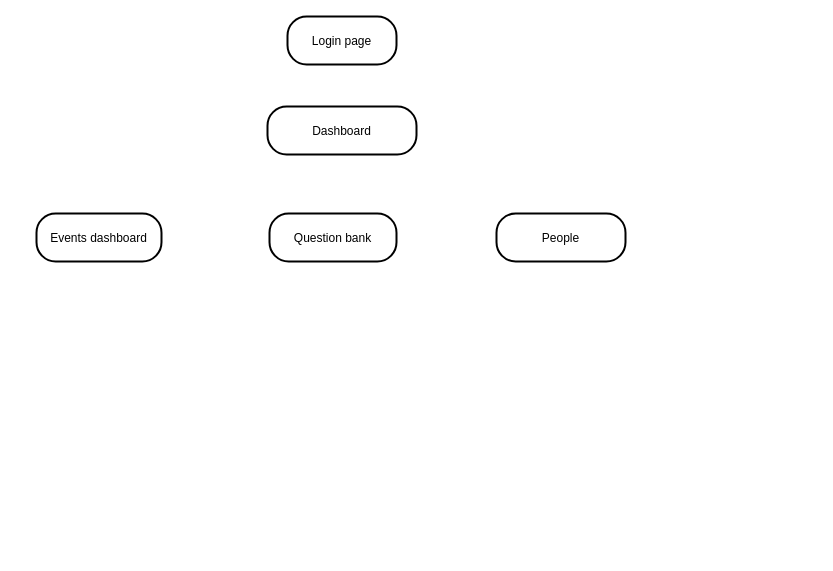
Above: documentation/web-pages-relationships.drawio in laurapg1214/impact-web-interface (draw.io), before the change. Source tidied: cells renumbered, new cells numbered last; positions are measured from the earlier drawing's top-left corner, leaving out a move shared by most shapes. Both pictures are drawn from the tidied source at 100%, with x=0, y=0 at pixel (36, 16).
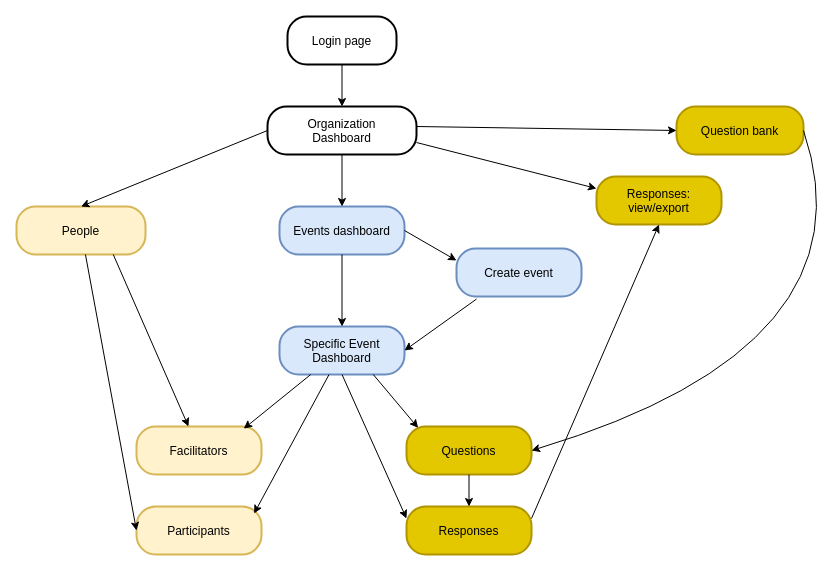
Above is the later version.

Commit message:
relationships drawn

Unchanged cells that the change refers to:
```xml
<mxCell id="2" value="Login page" style="rounded=1;arcSize=40;strokeWidth=2;" parent="1" vertex="1">
  <mxGeometry x="251" width="109" height="48" as="geometry" />
</mxCell>
```

What changed in the source:
```diff
@@
-    <mxCell id="3" value="Dashboard" style="rounded=1;arcSize=40;strokeWidth=2;" parent="1" vertex="1">
+    <mxCell id="3" value="Organization&#10;Dashboard" style="rounded=1;arcSize=40;strokeWidth=2;" parent="1" vertex="1">
       <mxGeometry x="231" y="90" width="149" height="48" as="geometry" />
     </mxCell>
-    <mxCell id="4" value="Events dashboard" style="rounded=1;arcSize=40;strokeWidth=2;" parent="1" vertex="1">
-      <mxGeometry y="197" width="125" height="48" as="geometry" />
+    <mxCell id="4" value="Events dashboard" style="rounded=1;arcSize=40;strokeWidth=2;fillColor=#dae8fc;strokeColor=#6c8ebf;" parent="1" vertex="1">
+      <mxGeometry x="243" y="190" width="125" height="48" as="geometry" />
     </mxCell>
-    <mxCell id="5" value="Question bank" style="rounded=1;arcSize=40;strokeWidth=2;" parent="1" vertex="1">
-      <mxGeometry x="233" y="197" width="127" height="48" as="geometry" />
+    <mxCell id="5" value="Question bank" style="rounded=1;arcSize=40;strokeWidth=2;fillColor=#e3c800;strokeColor=#B09500;fontColor=#000000;" parent="1" vertex="1">
+      <mxGeometry x="640" y="90" width="127" height="48" as="geometry" />
     </mxCell>
-    <mxCell id="6" value="People" style="rounded=1;arcSize=40;strokeWidth=2;" parent="1" vertex="1">
-      <mxGeometry x="460" y="197" width="129" height="48" as="geometry" />
+    <mxCell id="6" value="People" style="rounded=1;arcSize=40;strokeWidth=2;fillColor=#fff2cc;strokeColor=#d6b656;" parent="1" vertex="1">
+      <mxGeometry x="-20" y="190" width="129" height="48" as="geometry" />
     </mxCell>
+    <mxCell id="7" value="Specific Event&#10;Dashboard" style="rounded=1;arcSize=40;strokeWidth=2;fillColor=#dae8fc;strokeColor=#6c8ebf;" parent="1" vertex="1">
+      <mxGeometry x="243" y="310" width="125" height="48" as="geometry" />
+    </mxCell>
+    <mxCell id="8" value="Responses:&#10;view/export" style="rounded=1;arcSize=40;strokeWidth=2;fillColor=#e3c800;strokeColor=#B09500;fontColor=#000000;" parent="1" vertex="1">
+      <mxGeometry x="560" y="160" width="125" height="48" as="geometry" />
+    </mxCell>
+    <mxCell id="9" value="Create event" style="rounded=1;arcSize=40;strokeWidth=2;fillColor=#dae8fc;strokeColor=#6c8ebf;" parent="1" vertex="1">
+      <mxGeometry x="420" y="232" width="125" height="48" as="geometry" />
+    </mxCell>
+    <mxCell id="10" value="Facilitators" style="rounded=1;arcSize=40;strokeWidth=2;fillColor=#fff2cc;strokeColor=#d6b656;" parent="1" vertex="1">
+      <mxGeometry x="100" y="410" width="125" height="48" as="geometry" />
+    </mxCell>
+    <mxCell id="11" value="Participants" style="rounded=1;arcSize=40;strokeWidth=2;fillColor=#fff2cc;strokeColor=#d6b656;" parent="1" vertex="1">
+      <mxGeometry x="100" y="490" width="125" height="48" as="geometry" />
+    </mxCell>
+    <mxCell id="12" value="Questions" style="rounded=1;arcSize=40;strokeWidth=2;fillColor=#e3c800;strokeColor=#B09500;fontColor=#000000;" parent="1" vertex="1">
+      <mxGeometry x="370" y="410" width="125" height="48" as="geometry" />
+    </mxCell>
+    <mxCell id="13" value="Responses" style="rounded=1;arcSize=40;strokeWidth=2;fillColor=#e3c800;strokeColor=#B09500;fontColor=#000000;" parent="1" vertex="1">
+      <mxGeometry x="370" y="490" width="125" height="48" as="geometry" />
+    </mxCell>
+    <mxCell id="14" style="endArrow=classic;html=1;rounded=0;exitX=0.5;exitY=1;exitDx=0;exitDy=0;entryX=0.5;entryY=0;entryDx=0;entryDy=0;" parent="1" edge="1" source="2" target="3">
+      <mxGeometry relative="1" as="geometry" />
+    </mxCell>
+    <mxCell id="15" style="endArrow=classic;html=1;rounded=0;entryX=0;entryY=0.5;entryDx=0;entryDy=0;" parent="1" edge="1" target="5">
+      <mxGeometry relative="1" as="geometry">
+        <mxPoint x="380" y="110" as="sourcePoint" />
+      </mxGeometry>
+    </mxCell>
+    <mxCell id="16" style="endArrow=classic;html=1;rounded=0;entryX=0.5;entryY=0;entryDx=0;entryDy=0;exitX=0;exitY=0.5;exitDx=0;exitDy=0;" parent="1" edge="1" source="3" target="6">
+      <mxGeometry relative="1" as="geometry" />
+    </mxCell>
+    <mxCell id="17" style="endArrow=classic;html=1;rounded=0;exitX=0.5;exitY=1;exitDx=0;exitDy=0;entryX=0.5;entryY=0;entryDx=0;entryDy=0;" parent="1" edge="1" source="3" target="4">
+      <mxGeometry relative="1" as="geometry" />
+    </mxCell>
+    <mxCell id="18" style="endArrow=classic;html=1;rounded=0;exitX=1;exitY=0.5;exitDx=0;exitDy=0;entryX=0;entryY=0.25;entryDx=0;entryDy=0;" parent="1" edge="1" source="4" target="9">
+      <mxGeometry relative="1" as="geometry" />
+    </mxCell>
+    <mxCell id="19" style="endArrow=classic;html=1;rounded=0;exitX=0.16;exitY=1.054;exitDx=0;exitDy=0;exitPerimeter=0;entryX=1;entryY=0.5;entryDx=0;entryDy=0;" parent="1" edge="1" source="9" target="7">
+      <mxGeometry relative="1" as="geometry" />
+    </mxCell>
+    <mxCell id="20" style="endArrow=classic;html=1;rounded=0;exitX=0.75;exitY=1;exitDx=0;exitDy=0;" parent="1" edge="1" source="6" target="10">
+      <mxGeometry relative="1" as="geometry" />
+    </mxCell>
+    <mxCell id="21" style="endArrow=classic;html=1;rounded=0;entryX=0;entryY=0.5;entryDx=0;entryDy=0;" parent="1" edge="1" source="6" target="11">
+      <mxGeometry relative="1" as="geometry" />
+    </mxCell>
+    <mxCell id="22" style="curved=1;endArrow=classic;html=1;rounded=0;entryX=1;entryY=0.5;entryDx=0;entryDy=0;exitX=1;exitY=0.5;exitDx=0;exitDy=0;" parent="1" edge="1" source="5" target="12">
+      <mxGeometry relative="1" as="geometry">
+        <Array as="points">
+          <mxPoint x="840" y="330" />
+        </Array>
+      </mxGeometry>
+    </mxCell>
+    <mxCell id="23" style="endArrow=classic;html=1;rounded=0;exitX=0.25;exitY=1;exitDx=0;exitDy=0;entryX=0.858;entryY=0.046;entryDx=0;entryDy=0;entryPerimeter=0;" parent="1" edge="1" source="7" target="10">
+      <mxGeometry relative="1" as="geometry" />
+    </mxCell>
+    <mxCell id="24" style="endArrow=classic;html=1;rounded=0;entryX=0.941;entryY=0.146;entryDx=0;entryDy=0;entryPerimeter=0;" parent="1" edge="1" source="7" target="11">
+      <mxGeometry relative="1" as="geometry" />
+    </mxCell>
+    <mxCell id="25" style="endArrow=classic;html=1;rounded=0;exitX=0.5;exitY=1;exitDx=0;exitDy=0;entryX=0;entryY=0.25;entryDx=0;entryDy=0;" parent="1" edge="1" source="7" target="13">
+      <mxGeometry relative="1" as="geometry" />
+    </mxCell>
+    <mxCell id="26" style="endArrow=classic;html=1;rounded=0;exitX=1;exitY=0.75;exitDx=0;exitDy=0;entryX=0;entryY=0.25;entryDx=0;entryDy=0;" parent="1" edge="1" source="3" target="8">
+      <mxGeometry relative="1" as="geometry" />
+    </mxCell>
+    <mxCell id="27" style="endArrow=classic;html=1;rounded=0;exitX=0.75;exitY=1;exitDx=0;exitDy=0;entryX=0.093;entryY=0.029;entryDx=0;entryDy=0;entryPerimeter=0;" parent="1" edge="1" source="7" target="12">
+      <mxGeometry relative="1" as="geometry" />
+    </mxCell>
+    <mxCell id="28" style="endArrow=classic;html=1;rounded=0;exitX=1;exitY=0.25;exitDx=0;exitDy=0;entryX=0.5;entryY=1;entryDx=0;entryDy=0;" parent="1" edge="1" source="13" target="8">
+      <mxGeometry relative="1" as="geometry" />
+    </mxCell>
+    <mxCell id="29" style="endArrow=classic;html=1;rounded=0;exitX=0.5;exitY=1;exitDx=0;exitDy=0;entryX=0.5;entryY=0;entryDx=0;entryDy=0;" parent="1" edge="1" source="4" target="7">
+      <mxGeometry relative="1" as="geometry" />
+    </mxCell>
+    <mxCell id="30" style="endArrow=classic;html=1;rounded=0;exitX=0.5;exitY=1;exitDx=0;exitDy=0;entryX=0.5;entryY=0;entryDx=0;entryDy=0;" parent="1" edge="1" source="12" target="13">
+      <mxGeometry relative="1" as="geometry" />
+    </mxCell>
```
